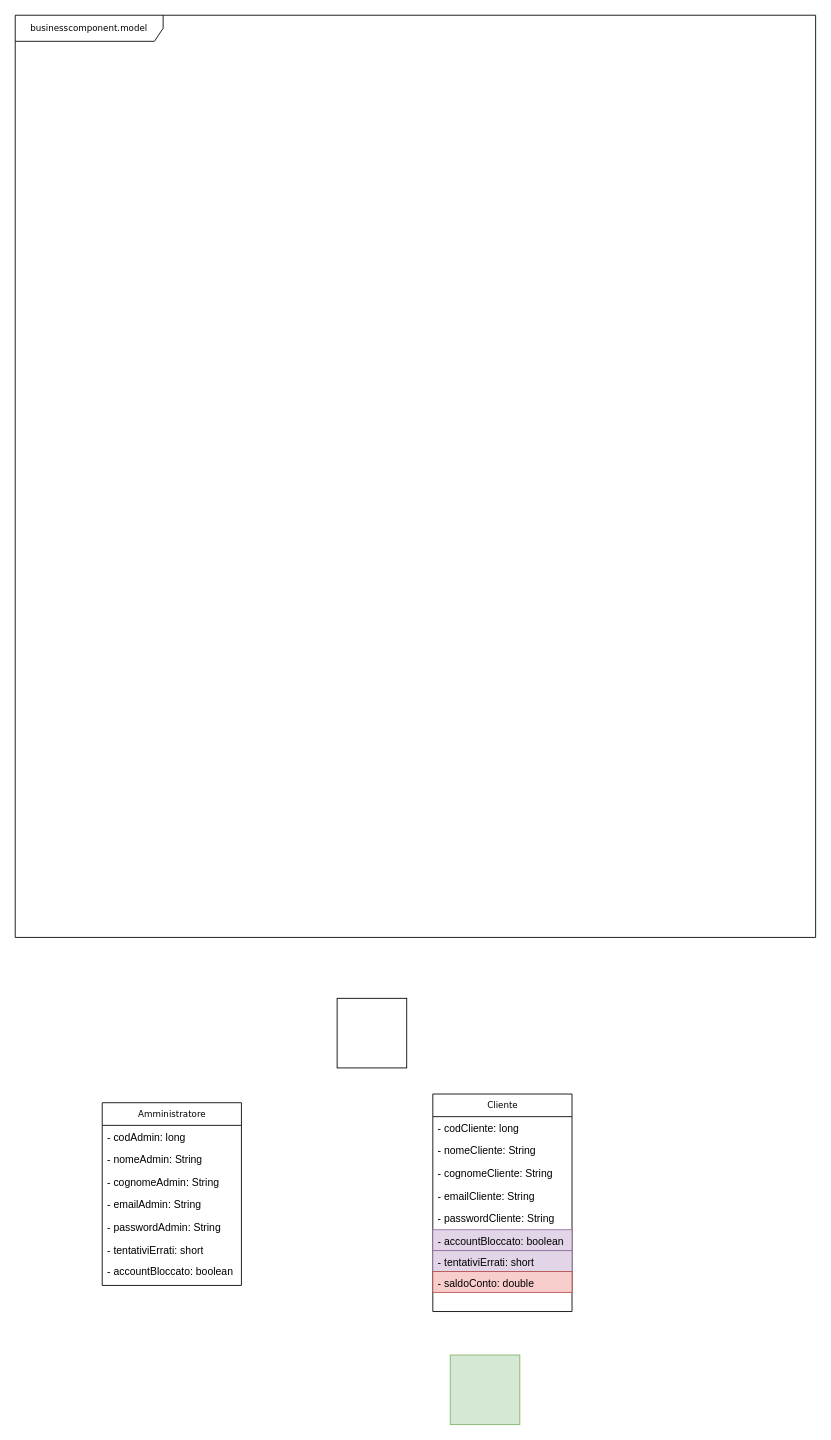
Above: page "model" (1 of 3) of DiagrammaCalssi.drawio in davide-vigano-tas/applicazione-bancaria (draw.io), before the change. Source tidied: cells renumbered, new cells numbered last; positions are measured from the earlier drawing's top-left corner, leaving out a move shared by most shapes. Both pictures are drawn from the tidied source at 87%, with x=0, y=0 at pixel (15, 15).
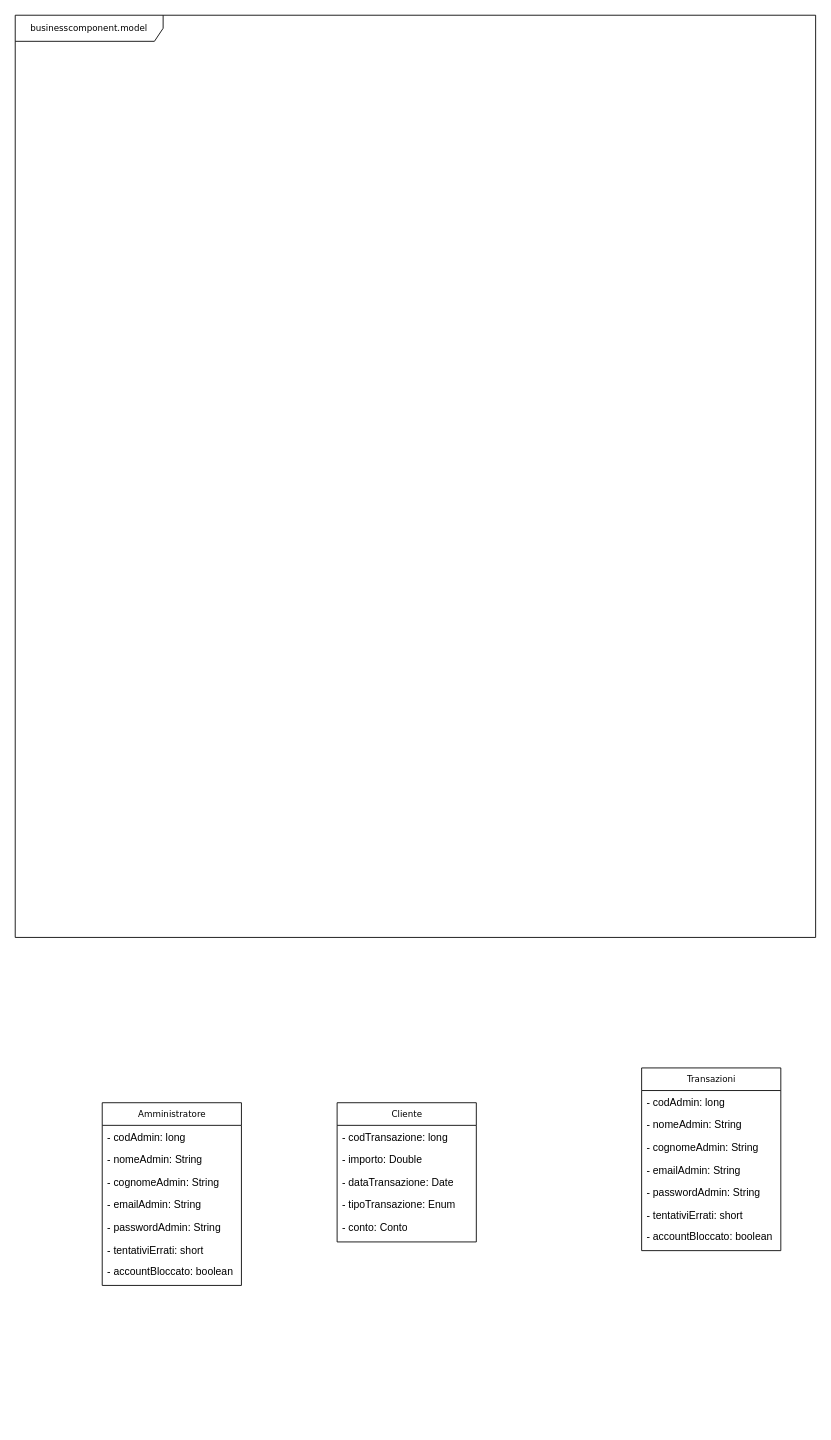
The same diagram, later.

The edit, as a diff of the source:
```diff
@@
-    <mxCell id="11" style="group;" parent="1" vertex="1">
-      <mxGeometry x="480" y="1230" width="160" height="250" as="geometry" />
-    </mxCell>
+    <mxCell id="23" value="Transazioni" style="swimlane;html=1;fontStyle=0;horizontal=1;startSize=26;fillColor=none;swimlaneFillColor=#ffffff;rounded=0;shadow=0;comic=0;labelBackgroundColor=none;strokeWidth=1;fontFamily=Verdana;fontSize=10;align=center;" parent="1" vertex="1">
+      <mxGeometry x="720" y="1210" width="160" height="210" as="geometry" />
+    </mxCell>
+    <mxCell id="24" value="- codAdmin: long" style="text;html=1;strokeColor=none;fillColor=none;align=left;verticalAlign=top;spacingLeft=4;spacingRight=4;whiteSpace=wrap;overflow=hidden;" parent="23" vertex="1">
+      <mxGeometry y="26" width="160" height="26" as="geometry" />
+    </mxCell>
+    <mxCell id="25" value="- nomeAdmin: String" style="text;html=1;strokeColor=none;fillColor=none;align=left;verticalAlign=top;spacingLeft=4;spacingRight=4;whiteSpace=wrap;overflow=hidden;" parent="23" vertex="1">
+      <mxGeometry y="52" width="160" height="26" as="geometry" />
+    </mxCell>
+    <mxCell id="26" value="- cognomeAdmin: String" style="text;html=1;strokeColor=none;fillColor=none;align=left;verticalAlign=top;spacingLeft=4;spacingRight=4;whiteSpace=wrap;overflow=hidden;" parent="23" vertex="1">
+      <mxGeometry y="78" width="160" height="26" as="geometry" />
+    </mxCell>
+    <mxCell id="27" value="- emailAdmin: String" style="text;html=1;strokeColor=none;fillColor=none;align=left;verticalAlign=top;spacingLeft=4;spacingRight=4;whiteSpace=wrap;overflow=hidden;" parent="23" vertex="1">
+      <mxGeometry y="104" width="160" height="26" as="geometry" />
+    </mxCell>
+    <mxCell id="28" value="- passwordAdmin: String" style="text;html=1;strokeColor=none;fillColor=none;align=left;verticalAlign=top;spacingLeft=4;spacingRight=4;whiteSpace=wrap;overflow=hidden;" parent="23" vertex="1">
+      <mxGeometry y="130" width="160" height="26" as="geometry" />
+    </mxCell>
+    <mxCell id="19" value="- tentativiErrati: short" style="text;html=1;strokeColor=none;fillColor=none;align=left;verticalAlign=top;spacingLeft=4;spacingRight=4;whiteSpace=wrap;overflow=hidden;" parent="23" vertex="1">
+      <mxGeometry y="156" width="160" height="24" as="geometry" />
+    </mxCell>
+    <mxCell id="18" value="- accountBloccato: boolean" style="text;html=1;strokeColor=none;fillColor=none;align=left;verticalAlign=top;spacingLeft=4;spacingRight=4;whiteSpace=wrap;overflow=hidden;" parent="23" vertex="1">
+      <mxGeometry y="180" width="160" height="24" as="geometry" />
+    </mxCell>
+    <mxCell id="29" style="group;" parent="1" vertex="1">
+      <mxGeometry x="370" y="1250" width="160" height="160" as="geometry" />
+    </mxCell>
-    <mxCell id="12" value="Cliente" style="swimlane;html=1;fontStyle=0;horizontal=1;startSize=26;fillColor=none;swimlaneFillColor=#ffffff;rounded=0;shadow=0;comic=0;labelBackgroundColor=none;strokeWidth=1;fontFamily=Verdana;fontSize=10;align=center;" parent="11" vertex="1">
-      <mxGeometry y="10" width="160" height="250" as="geometry" />
+    <mxCell id="12" value="Cliente" style="swimlane;html=1;fontStyle=0;horizontal=1;startSize=26;fillColor=none;swimlaneFillColor=#ffffff;rounded=0;shadow=0;comic=0;labelBackgroundColor=none;strokeWidth=1;fontFamily=Verdana;fontSize=10;align=center;" parent="29" vertex="1">
+      <mxGeometry width="160" height="160" as="geometry" />
     </mxCell>
-    <mxCell id="13" value="- codCliente: long" style="text;html=1;strokeColor=none;fillColor=none;align=left;verticalAlign=top;spacingLeft=4;spacingRight=4;whiteSpace=wrap;overflow=hidden;" parent="12" vertex="1">
+    <mxCell id="13" value="- codTransazione: long" style="text;html=1;strokeColor=none;fillColor=none;align=left;verticalAlign=top;spacingLeft=4;spacingRight=4;whiteSpace=wrap;overflow=hidden;" parent="29" vertex="1">
       <mxGeometry y="26" width="160" height="26" as="geometry" />
     </mxCell>
-    <mxCell id="14" value="- nomeCliente: String" style="text;html=1;strokeColor=none;fillColor=none;align=left;verticalAlign=top;spacingLeft=4;spacingRight=4;whiteSpace=wrap;overflow=hidden;" parent="12" vertex="1">
+    <mxCell id="14" value="- importo: Double" style="text;html=1;strokeColor=none;fillColor=none;align=left;verticalAlign=top;spacingLeft=4;spacingRight=4;whiteSpace=wrap;overflow=hidden;" parent="29" vertex="1">
       <mxGeometry y="52" width="160" height="26" as="geometry" />
     </mxCell>
-    <mxCell id="15" value="- cognomeCliente: String" style="text;html=1;strokeColor=none;fillColor=none;align=left;verticalAlign=top;spacingLeft=4;spacingRight=4;whiteSpace=wrap;overflow=hidden;" parent="12" vertex="1">
+    <mxCell id="15" value="- dataTransazione: Date" style="text;html=1;strokeColor=none;fillColor=none;align=left;verticalAlign=top;spacingLeft=4;spacingRight=4;whiteSpace=wrap;overflow=hidden;" parent="29" vertex="1">
       <mxGeometry y="78" width="160" height="26" as="geometry" />
     </mxCell>
-    <mxCell id="16" value="- emailCliente: String" style="text;html=1;strokeColor=none;fillColor=none;align=left;verticalAlign=top;spacingLeft=4;spacingRight=4;whiteSpace=wrap;overflow=hidden;" parent="12" vertex="1">
+    <mxCell id="16" value="- tipoTransazione: Enum" style="text;html=1;strokeColor=none;fillColor=none;align=left;verticalAlign=top;spacingLeft=4;spacingRight=4;whiteSpace=wrap;overflow=hidden;" parent="29" vertex="1">
       <mxGeometry y="104" width="160" height="26" as="geometry" />
     </mxCell>
-    <mxCell id="17" value="- passwordCliente: String" style="text;html=1;strokeColor=none;fillColor=none;align=left;verticalAlign=top;spacingLeft=4;spacingRight=4;whiteSpace=wrap;overflow=hidden;" parent="12" vertex="1">
+    <mxCell id="17" value="- conto: Conto" style="text;html=1;strokeColor=none;fillColor=none;align=left;verticalAlign=top;spacingLeft=4;spacingRight=4;whiteSpace=wrap;overflow=hidden;" parent="29" vertex="1">
       <mxGeometry y="130" width="160" height="26" as="geometry" />
     </mxCell>
-    <mxCell id="18" value="- accountBloccato: boolean" style="text;html=1;strokeColor=#9673a6;fillColor=#e1d5e7;align=left;verticalAlign=top;spacingLeft=4;spacingRight=4;whiteSpace=wrap;overflow=hidden;" parent="12" vertex="1">
-      <mxGeometry y="156" width="160" height="24" as="geometry" />
-    </mxCell>
-    <mxCell id="19" value="- tentativiErrati: short" style="text;html=1;strokeColor=#9673a6;fillColor=#e1d5e7;align=left;verticalAlign=top;spacingLeft=4;spacingRight=4;whiteSpace=wrap;overflow=hidden;" parent="12" vertex="1">
-      <mxGeometry y="180" width="160" height="24" as="geometry" />
-    </mxCell>
-    <mxCell id="20" value="- saldoConto: double" style="text;html=1;strokeColor=#b85450;fillColor=#f8cecc;align=left;verticalAlign=top;spacingLeft=4;spacingRight=4;whiteSpace=wrap;overflow=hidden;" parent="12" vertex="1">
-      <mxGeometry y="204" width="160" height="24" as="geometry" />
-    </mxCell>
-    <mxCell id="21" style="whiteSpace=wrap;html=1;" parent="1" vertex="1">
-      <mxGeometry x="370" y="1130" width="80" height="80" as="geometry" />
-    </mxCell>
-    <mxCell id="22" style="whiteSpace=wrap;html=1;fillColor=#d5e8d4;strokeColor=#82b366;" parent="1" vertex="1">
-      <mxGeometry x="500" y="1540" width="80" height="80" as="geometry" />
-    </mxCell>
```
